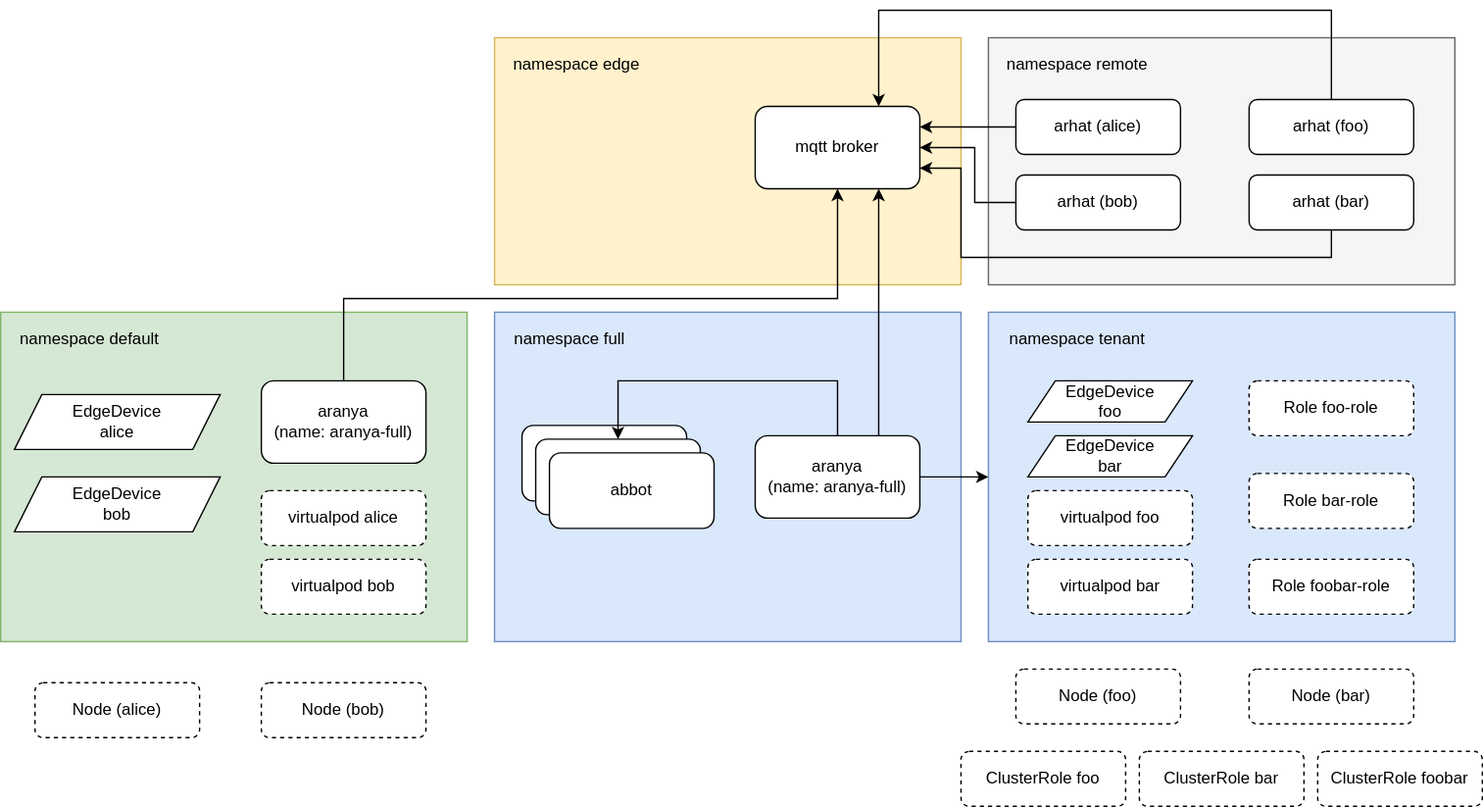
Before: docs/images/e2e-setup.svg, a diagram exported from draw.io (arhat-dev/aranya). Source tidied: cells renumbered, new cells last; positions are measured from the earlier drawing's top-left corner, leaving out a move shared by most shapes.
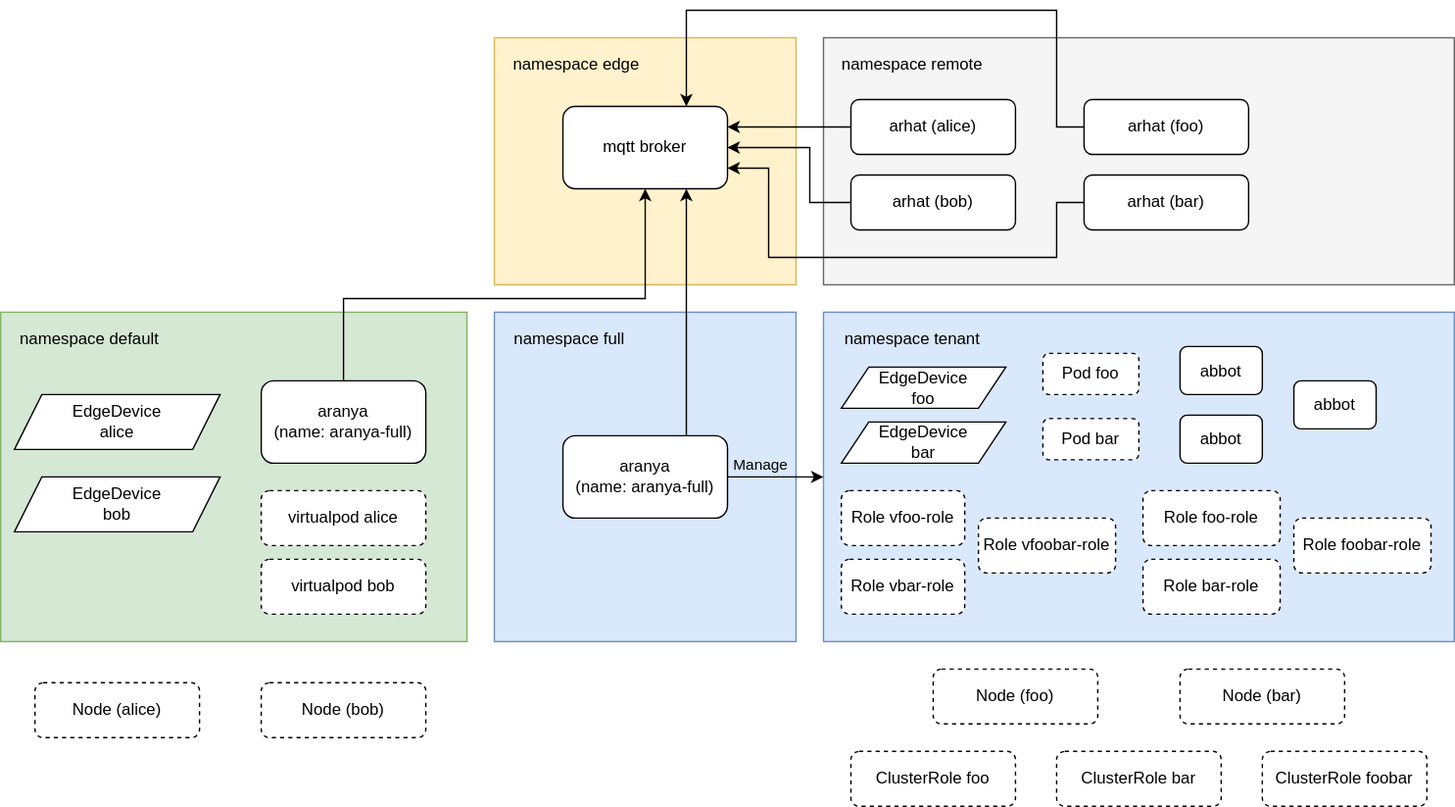
Later version of the same file.

Commit message:
docs: Update e2e environment setup image

Diff of the diagram source:
```diff
@@ -3,13 +3,13 @@
     <mxCell id="0" />
     <mxCell id="1" parent="0" />
     <mxCell id="2" style="rounded=0;whiteSpace=wrap;html=1;fillColor=#dae8fc;strokeColor=#6c8ebf;" parent="1" vertex="1">
-      <mxGeometry x="720" y="220" width="340" height="240" as="geometry" />
+      <mxGeometry x="600" y="220" width="460" height="240" as="geometry" />
     </mxCell>
     <mxCell id="3" style="rounded=0;whiteSpace=wrap;html=1;fillColor=#fff2cc;strokeColor=#d6b656;" parent="1" vertex="1">
-      <mxGeometry x="360" y="20" width="340" height="180" as="geometry" />
+      <mxGeometry x="360" y="20" width="220" height="180" as="geometry" />
     </mxCell>
     <mxCell id="4" style="rounded=0;whiteSpace=wrap;html=1;fillColor=#dae8fc;strokeColor=#6c8ebf;" parent="1" vertex="1">
-      <mxGeometry x="360" y="220" width="340" height="240" as="geometry" />
+      <mxGeometry x="360" y="220" width="220" height="240" as="geometry" />
     </mxCell>
     <mxCell id="5" style="rounded=0;whiteSpace=wrap;html=1;fillColor=#d5e8d4;strokeColor=#82b366;" parent="1" vertex="1">
       <mxGeometry y="220" width="340" height="240" as="geometry" />
@@ -18,7 +18,7 @@
       <mxGeometry relative="1" as="geometry">
         <Array as="points">
           <mxPoint x="250" y="210" />
-          <mxPoint x="610" y="210" />
+          <mxPoint x="470" y="210" />
         </Array>
       </mxGeometry>
     </mxCell>
@@ -37,22 +37,27 @@
     <mxCell id="11" style="edgeStyle=orthogonalEdgeStyle;rounded=0;jettySize=auto;html=1;entryX=0.75;entryY=1;entryDx=0;entryDy=0;exitX=0.75;exitY=0;exitDx=0;exitDy=0;" parent="1" edge="1" source="13" target="15">
       <mxGeometry relative="1" as="geometry">
         <Array as="points">
-          <mxPoint x="640" y="250" />
-          <mxPoint x="640" y="250" />
+          <mxPoint x="500" y="270" />
+          <mxPoint x="500" y="270" />
         </Array>
       </mxGeometry>
     </mxCell>
     <mxCell id="12" style="edgeStyle=orthogonalEdgeStyle;rounded=0;jettySize=auto;html=1;entryX=0;entryY=0.5;entryDx=0;entryDy=0;" parent="1" edge="1" source="13" target="2">
       <mxGeometry relative="1" as="geometry" />
     </mxCell>
+    <mxCell id="49" value="Manage" style="edgeLabel;html=1;align=center;verticalAlign=middle;labelBackgroundColor=none;" parent="12" vertex="1">
+      <mxGeometry x="-0.76" y="-1" relative="1" as="geometry">
+        <mxPoint x="15.7" y="-11" as="offset" />
+      </mxGeometry>
+    </mxCell>
     <mxCell id="13" value="aranya&lt;br&gt;(name: aranya-full)" style="rounded=1;whiteSpace=wrap;html=1;" parent="1" vertex="1">
-      <mxGeometry x="550" y="310" width="120" height="60" as="geometry" />
+      <mxGeometry x="410" y="310" width="120" height="60" as="geometry" />
     </mxCell>
     <mxCell id="14" value="namespace full" style="text;html=1;strokeColor=none;fillColor=none;align=center;verticalAlign=middle;whiteSpace=wrap;rounded=0;" parent="1" vertex="1">
       <mxGeometry x="370" y="230" width="90" height="20" as="geometry" />
     </mxCell>
     <mxCell id="15" value="mqtt broker" style="rounded=1;whiteSpace=wrap;html=1;" parent="1" vertex="1">
-      <mxGeometry x="550" y="70" width="120" height="60" as="geometry" />
+      <mxGeometry x="410" y="70" width="120" height="60" as="geometry" />
     </mxCell>
     <mxCell id="16" value="namespace edge" style="text;html=1;strokeColor=none;fillColor=none;align=center;verticalAlign=middle;whiteSpace=wrap;rounded=0;" parent="1" vertex="1">
       <mxGeometry x="370" y="30" width="100" height="20" as="geometry" />
@@ -64,73 +69,70 @@
       <mxGeometry x="190" y="400" width="120" height="40" as="geometry" />
     </mxCell>
     <mxCell id="19" value="namespace tenant" style="text;html=1;strokeColor=none;fillColor=none;align=center;verticalAlign=middle;whiteSpace=wrap;rounded=0;" parent="1" vertex="1">
-      <mxGeometry x="730" y="230" width="110" height="20" as="geometry" />
+      <mxGeometry x="610" y="230" width="110" height="20" as="geometry" />
     </mxCell>
-    <mxCell id="20" value="virtualpod foo" style="rounded=1;whiteSpace=wrap;html=1;dashed=1;" parent="1" vertex="1">
-      <mxGeometry x="748.8" y="350" width="120" height="40" as="geometry" />
+    <mxCell id="20" value="Pod foo" style="rounded=1;whiteSpace=wrap;html=1;dashed=1;" parent="1" vertex="1">
+      <mxGeometry x="760" y="250" width="70" height="30" as="geometry" />
     </mxCell>
-    <mxCell id="21" value="virtualpod bar" style="rounded=1;whiteSpace=wrap;html=1;dashed=1;" parent="1" vertex="1">
-      <mxGeometry x="748.8" y="400" width="120" height="40" as="geometry" />
+    <mxCell id="21" value="Pod bar" style="rounded=1;whiteSpace=wrap;html=1;dashed=1;" parent="1" vertex="1">
+      <mxGeometry x="760" y="297.5" width="70" height="30" as="geometry" />
     </mxCell>
     <mxCell id="22" style="rounded=0;whiteSpace=wrap;html=1;fillColor=#f5f5f5;strokeColor=#666666;fontColor=#333333;" parent="1" vertex="1">
-      <mxGeometry x="720" y="20" width="340" height="180" as="geometry" />
+      <mxGeometry x="600" y="20" width="460" height="180" as="geometry" />
     </mxCell>
     <mxCell id="23" value="namespace remote" style="text;html=1;strokeColor=none;fillColor=none;align=center;verticalAlign=middle;whiteSpace=wrap;rounded=0;" parent="1" vertex="1">
-      <mxGeometry x="730" y="30" width="110" height="20" as="geometry" />
+      <mxGeometry x="610" y="30" width="110" height="20" as="geometry" />
     </mxCell>
-    <mxCell id="24" style="edgeStyle=orthogonalEdgeStyle;rounded=0;jettySize=auto;html=1;entryX=1;entryY=0.25;entryDx=0;entryDy=0;" parent="1" edge="1" source="25" target="15">
-      <mxGeometry relative="1" as="geometry">
-        <Array as="points">
-          <mxPoint x="690" y="85" />
-          <mxPoint x="690" y="85" />
-        </Array>
-      </mxGeometry>
+    <mxCell id="24" style="edgeStyle=orthogonalEdgeStyle;rounded=0;jettySize=auto;html=1;entryX=1;entryY=0.25;entryDx=0;entryDy=0;exitX=0;exitY=0.5;exitDx=0;exitDy=0;" parent="1" edge="1" source="25" target="15">
+      <mxGeometry relative="1" as="geometry" />
     </mxCell>
     <mxCell id="25" value="arhat (alice)" style="rounded=1;whiteSpace=wrap;html=1;" parent="1" vertex="1">
-      <mxGeometry x="740" y="65" width="120" height="40" as="geometry" />
+      <mxGeometry x="620" y="65" width="120" height="40" as="geometry" />
     </mxCell>
     <mxCell id="26" style="edgeStyle=orthogonalEdgeStyle;rounded=0;jettySize=auto;html=1;entryX=1;entryY=0.5;entryDx=0;entryDy=0;exitX=0;exitY=0.5;exitDx=0;exitDy=0;" parent="1" edge="1" source="27" target="15">
       <mxGeometry relative="1" as="geometry">
         <Array as="points">
-          <mxPoint x="710" y="140" />
-          <mxPoint x="710" y="100" />
+          <mxPoint x="590" y="140" />
+          <mxPoint x="590" y="100" />
         </Array>
       </mxGeometry>
     </mxCell>
     <mxCell id="27" value="arhat (bob)" style="rounded=1;whiteSpace=wrap;html=1;" parent="1" vertex="1">
-      <mxGeometry x="740" y="120" width="120" height="40" as="geometry" />
+      <mxGeometry x="620" y="120" width="120" height="40" as="geometry" />
     </mxCell>
     <mxCell id="28" style="edgeStyle=orthogonalEdgeStyle;rounded=0;jettySize=auto;html=1;entryX=0.75;entryY=0;entryDx=0;entryDy=0;" parent="1" edge="1" source="29" target="15">
       <mxGeometry relative="1" as="geometry">
         <Array as="points">
-          <mxPoint x="970" />
-          <mxPoint x="640" />
+          <mxPoint x="770" y="85" />
+          <mxPoint x="770" />
+          <mxPoint x="500" />
         </Array>
       </mxGeometry>
     </mxCell>
     <mxCell id="29" value="arhat (foo)" style="rounded=1;whiteSpace=wrap;html=1;" parent="1" vertex="1">
-      <mxGeometry x="910" y="65" width="120" height="40" as="geometry" />
+      <mxGeometry x="790" y="65" width="120" height="40" as="geometry" />
     </mxCell>
     <mxCell id="30" style="edgeStyle=orthogonalEdgeStyle;rounded=0;jettySize=auto;html=1;entryX=1;entryY=0.75;entryDx=0;entryDy=0;" parent="1" edge="1" source="31" target="15">
       <mxGeometry relative="1" as="geometry">
         <Array as="points">
-          <mxPoint x="970" y="180" />
-          <mxPoint x="700" y="180" />
-          <mxPoint x="700" y="115" />
+          <mxPoint x="770" y="140" />
+          <mxPoint x="770" y="180" />
+          <mxPoint x="560" y="180" />
+          <mxPoint x="560" y="115" />
         </Array>
       </mxGeometry>
     </mxCell>
     <mxCell id="31" value="arhat (bar)" style="rounded=1;whiteSpace=wrap;html=1;" parent="1" vertex="1">
-      <mxGeometry x="910" y="120" width="120" height="40" as="geometry" />
+      <mxGeometry x="790" y="120" width="120" height="40" as="geometry" />
     </mxCell>
     <mxCell id="32" value="Role foo-role" style="rounded=1;whiteSpace=wrap;html=1;dashed=1;" parent="1" vertex="1">
-      <mxGeometry x="910" y="270" width="120" height="40" as="geometry" />
+      <mxGeometry x="833" y="350" width="100" height="40" as="geometry" />
     </mxCell>
     <mxCell id="33" value="Role bar-role" style="rounded=1;whiteSpace=wrap;html=1;dashed=1;" parent="1" vertex="1">
-      <mxGeometry x="910" y="337.5" width="120" height="40" as="geometry" />
+      <mxGeometry x="833" y="400" width="100" height="40" as="geometry" />
     </mxCell>
     <mxCell id="34" value="Role foobar-role" style="rounded=1;whiteSpace=wrap;html=1;dashed=1;" parent="1" vertex="1">
-      <mxGeometry x="910" y="400" width="120" height="40" as="geometry" />
+      <mxGeometry x="943" y="370" width="100" height="40" as="geometry" />
     </mxCell>
     <mxCell id="35" value="Node (alice)" style="rounded=1;whiteSpace=wrap;html=1;dashed=1;" parent="1" vertex="1">
       <mxGeometry x="25" y="490" width="120" height="40" as="geometry" />
@@ -139,45 +141,43 @@
       <mxGeometry x="190" y="490" width="120" height="40" as="geometry" />
     </mxCell>
     <mxCell id="37" value="Node (foo)" style="rounded=1;whiteSpace=wrap;html=1;dashed=1;" parent="1" vertex="1">
-      <mxGeometry x="740" y="480" width="120" height="40" as="geometry" />
+      <mxGeometry x="680" y="480" width="120" height="40" as="geometry" />
     </mxCell>
     <mxCell id="38" value="Node (bar)" style="rounded=1;whiteSpace=wrap;html=1;dashed=1;" parent="1" vertex="1">
-      <mxGeometry x="910" y="480" width="120" height="40" as="geometry" />
+      <mxGeometry x="860" y="480" width="120" height="40" as="geometry" />
     </mxCell>
     <mxCell id="39" value="ClusterRole foo" style="rounded=1;whiteSpace=wrap;html=1;dashed=1;" parent="1" vertex="1">
-      <mxGeometry x="700" y="540" width="120" height="40" as="geometry" />
+      <mxGeometry x="620" y="540" width="120" height="40" as="geometry" />
     </mxCell>
     <mxCell id="40" value="ClusterRole bar" style="rounded=1;whiteSpace=wrap;html=1;dashed=1;" parent="1" vertex="1">
-      <mxGeometry x="830" y="540" width="120" height="40" as="geometry" />
+      <mxGeometry x="770" y="540" width="120" height="40" as="geometry" />
     </mxCell>
     <mxCell id="41" value="ClusterRole foobar" style="rounded=1;whiteSpace=wrap;html=1;dashed=1;" parent="1" vertex="1">
-      <mxGeometry x="960" y="540" width="120" height="40" as="geometry" />
+      <mxGeometry x="920" y="540" width="120" height="40" as="geometry" />
     </mxCell>
     <mxCell id="42" value="EdgeDevice&lt;br&gt;foo" style="shape=parallelogram;perimeter=parallelogramPerimeter;whiteSpace=wrap;html=1;fixedSize=1;" parent="1" vertex="1">
-      <mxGeometry x="748.8" y="270" width="120" height="30" as="geometry" />
+      <mxGeometry x="613" y="260" width="120" height="30" as="geometry" />
     </mxCell>
-    <mxCell id="43" style="group;" parent="1" vertex="1">
-      <mxGeometry x="380" y="302.5" width="140" height="75" as="geometry" />
-    </mxCell>
-    <mxCell id="44" value="abbot" style="rounded=1;whiteSpace=wrap;html=1;" parent="43" vertex="1">
-      <mxGeometry width="120" height="55" as="geometry" />
-    </mxCell>
-    <mxCell id="45" value="abbot" style="rounded=1;whiteSpace=wrap;html=1;" parent="43" vertex="1">
-      <mxGeometry x="10" y="10" width="120" height="55" as="geometry" />
-    </mxCell>
+    <mxCell id="48" value="EdgeDevice&lt;br&gt;bar" style="shape=parallelogram;perimeter=parallelogramPerimeter;whiteSpace=wrap;html=1;fixedSize=1;" parent="1" vertex="1">
+      <mxGeometry x="613" y="300" width="120" height="30" as="geometry" />
+    </mxCell>
+    <mxCell id="50" value="Role vfoo-role" style="rounded=1;whiteSpace=wrap;html=1;dashed=1;" parent="1" vertex="1">
+      <mxGeometry x="613" y="350" width="90" height="40" as="geometry" />
+    </mxCell>
+    <mxCell id="51" value="Role vbar-role" style="rounded=1;whiteSpace=wrap;html=1;dashed=1;" parent="1" vertex="1">
+      <mxGeometry x="613" y="400" width="90" height="40" as="geometry" />
+    </mxCell>
+    <mxCell id="52" value="Role vfoobar-role" style="rounded=1;whiteSpace=wrap;html=1;dashed=1;" parent="1" vertex="1">
+      <mxGeometry x="713" y="370" width="100" height="40" as="geometry" />
+    </mxCell>
-    <mxCell id="46" value="abbot" style="rounded=1;whiteSpace=wrap;html=1;" parent="43" vertex="1">
-      <mxGeometry x="20" y="20" width="120" height="55" as="geometry" />
+    <mxCell id="46" value="abbot" style="rounded=1;whiteSpace=wrap;html=1;" parent="1" vertex="1">
+      <mxGeometry x="860" y="245" width="60" height="35" as="geometry" />
     </mxCell>
-    <mxCell id="47" style="edgeStyle=orthogonalEdgeStyle;rounded=0;jettySize=auto;html=1;entryX=0.5;entryY=0;entryDx=0;entryDy=0;" parent="1" edge="1" source="13" target="45">
-      <mxGeometry relative="1" as="geometry">
-        <Array as="points">
-          <mxPoint x="610" y="270" />
-          <mxPoint x="450" y="270" />
-        </Array>
-      </mxGeometry>
-    </mxCell>
-    <mxCell id="48" value="EdgeDevice&lt;br&gt;bar" style="shape=parallelogram;perimeter=parallelogramPerimeter;whiteSpace=wrap;html=1;fixedSize=1;" parent="1" vertex="1">
-      <mxGeometry x="748.8" y="310" width="120" height="30" as="geometry" />
-    </mxCell>
+    <mxCell id="53" value="abbot" style="rounded=1;whiteSpace=wrap;html=1;" parent="1" vertex="1">
+      <mxGeometry x="943" y="270" width="60" height="35" as="geometry" />
+    </mxCell>
+    <mxCell id="54" value="abbot" style="rounded=1;whiteSpace=wrap;html=1;" parent="1" vertex="1">
+      <mxGeometry x="860" y="295" width="60" height="35" as="geometry" />
+    </mxCell>
   </root>
 </mxGraphModel>
```
